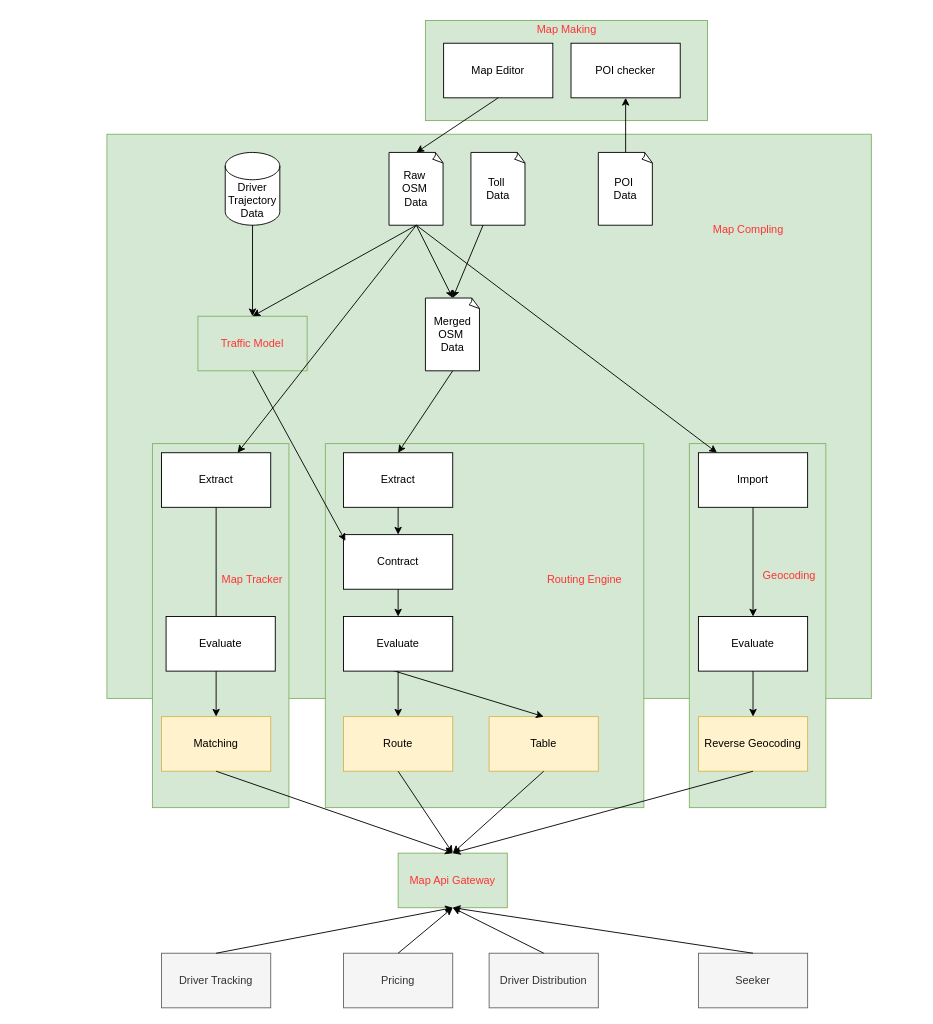
This is page "map" (6 of 6) of sim-art.drawio from tallongsun/drawio, a draw.io file, before an edit. Source tidied: cells renumbered, new cells numbered last; positions are measured from the earlier drawing's top-left corner, leaving out a move shared by most shapes. Both pictures are drawn from the tidied source at 91%, with x=0, y=0 at pixel (106, 15).
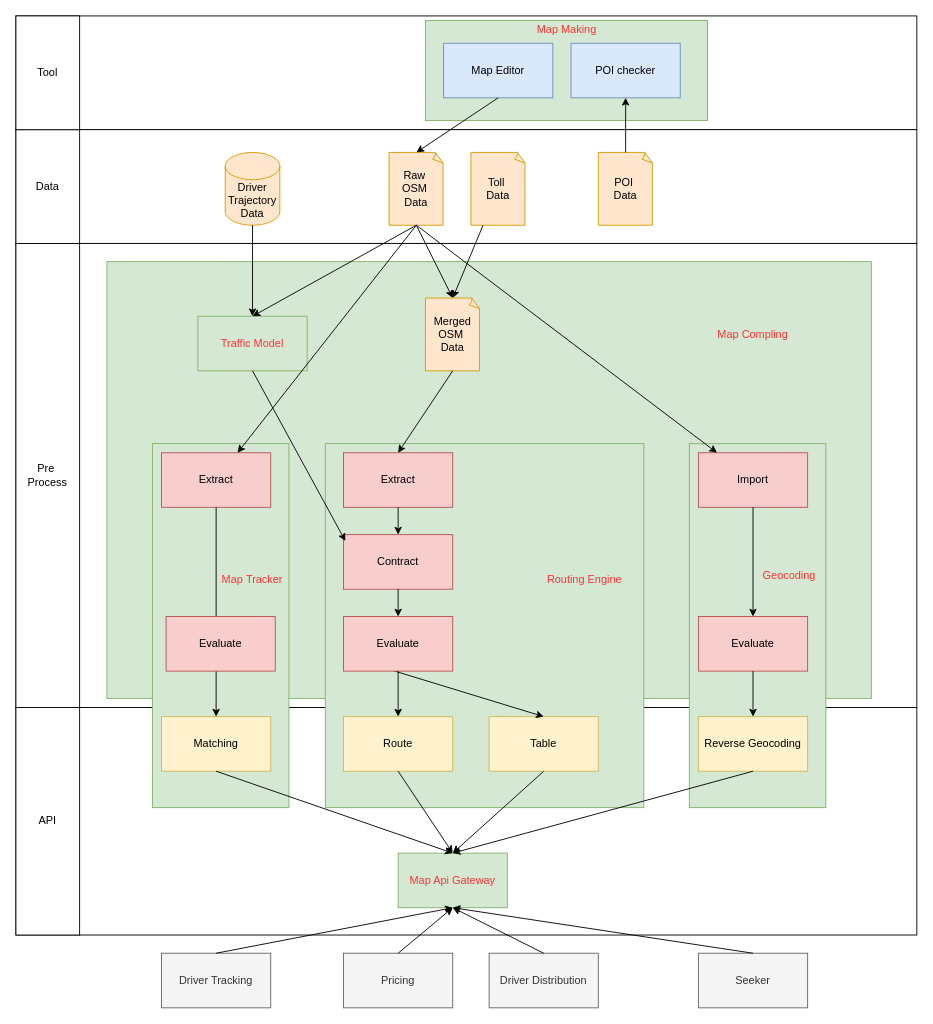
The same diagram, later.

What changed in the source:
```diff
@@
+    <mxCell id="61" style="rounded=0;whiteSpace=wrap;html=1;" parent="1" vertex="1">
+      <mxGeometry x="-100" width="990" height="125" as="geometry" />
+    </mxCell>
+    <mxCell id="62" style="rounded=0;whiteSpace=wrap;html=1;" parent="1" vertex="1">
+      <mxGeometry x="-100" y="125" width="990" height="125" as="geometry" />
+    </mxCell>
+    <mxCell id="63" style="rounded=0;whiteSpace=wrap;html=1;" parent="1" vertex="1">
+      <mxGeometry x="-100" y="250" width="990" height="510" as="geometry" />
+    </mxCell>
+    <mxCell id="64" style="rounded=0;whiteSpace=wrap;html=1;" parent="1" vertex="1">
+      <mxGeometry x="-100" y="760" width="990" height="250" as="geometry" />
+    </mxCell>
@@
     <mxCell id="3" style="rounded=0;whiteSpace=wrap;html=1;fillColor=#d5e8d4;strokeColor=#82b366;" parent="1" vertex="1">
-      <mxGeometry y="130" width="840" height="620" as="geometry" />
+      <mxGeometry y="270" width="840" height="480" as="geometry" />
     </mxCell>
@@
-    <mxCell id="7" value="Driver Trajectory Data" style="shape=cylinder3;whiteSpace=wrap;html=1;boundedLbl=1;backgroundOutline=1;size=15;" parent="1" vertex="1">
+    <mxCell id="7" value="Driver Trajectory Data" style="shape=cylinder3;whiteSpace=wrap;html=1;boundedLbl=1;backgroundOutline=1;size=15;fillColor=#ffe6cc;strokeColor=#d79b00;" parent="1" vertex="1">
       <mxGeometry x="130" y="150" width="60" height="80" as="geometry" />
     </mxCell>
-    <mxCell id="8" value="Toll&amp;nbsp;&lt;div&gt;Data&lt;/div&gt;" style="whiteSpace=wrap;html=1;shape=mxgraph.basic.document;" parent="1" vertex="1">
+    <mxCell id="8" value="Toll&amp;nbsp;&lt;div&gt;Data&lt;/div&gt;" style="whiteSpace=wrap;html=1;shape=mxgraph.basic.document;fillColor=#ffe6cc;strokeColor=#d79b00;" parent="1" vertex="1">
       <mxGeometry x="400" y="150" width="60" height="80" as="geometry" />
     </mxCell>
-    <mxCell id="9" value="Raw&amp;nbsp;&lt;div&gt;OSM&amp;nbsp;&lt;/div&gt;&lt;div&gt;Data&lt;/div&gt;" style="whiteSpace=wrap;html=1;shape=mxgraph.basic.document;" parent="1" vertex="1">
+    <mxCell id="9" value="Raw&amp;nbsp;&lt;div&gt;OSM&amp;nbsp;&lt;/div&gt;&lt;div&gt;Data&lt;/div&gt;" style="whiteSpace=wrap;html=1;shape=mxgraph.basic.document;fillColor=#ffe6cc;strokeColor=#d79b00;" parent="1" vertex="1">
       <mxGeometry x="310" y="150" width="60" height="80" as="geometry" />
     </mxCell>
@@
-    <mxCell id="11" value="Merged OSM&amp;nbsp;&lt;div&gt;Data&lt;/div&gt;" style="whiteSpace=wrap;html=1;shape=mxgraph.basic.document;" parent="1" vertex="1">
+    <mxCell id="11" value="Merged OSM&amp;nbsp;&lt;div&gt;Data&lt;/div&gt;" style="whiteSpace=wrap;html=1;shape=mxgraph.basic.document;fillColor=#ffe6cc;strokeColor=#d79b00;" parent="1" vertex="1">
       <mxGeometry x="350" y="310" width="60" height="80" as="geometry" />
     </mxCell>
@@
-    <mxCell id="15" value="Extract" style="rounded=0;whiteSpace=wrap;html=1;" parent="1" vertex="1">
+    <mxCell id="15" value="Extract" style="rounded=0;whiteSpace=wrap;html=1;fillColor=#f8cecc;strokeColor=#b85450;" parent="1" vertex="1">
       <mxGeometry x="260" y="480" width="120" height="60" as="geometry" />
     </mxCell>
-    <mxCell id="16" value="Contract" style="rounded=0;whiteSpace=wrap;html=1;" parent="1" vertex="1">
+    <mxCell id="16" value="Contract" style="rounded=0;whiteSpace=wrap;html=1;fillColor=#f8cecc;strokeColor=#b85450;" parent="1" vertex="1">
       <mxGeometry x="260" y="570" width="120" height="60" as="geometry" />
     </mxCell>
@@
-    <mxCell id="20" value="Evaluate" style="rounded=0;whiteSpace=wrap;html=1;" parent="1" vertex="1">
+    <mxCell id="20" value="Evaluate" style="rounded=0;whiteSpace=wrap;html=1;fillColor=#f8cecc;strokeColor=#b85450;" parent="1" vertex="1">
       <mxGeometry x="650" y="660" width="120" height="60" as="geometry" />
     </mxCell>
@@
-    <mxCell id="23" value="Extract" style="rounded=0;whiteSpace=wrap;html=1;" parent="1" vertex="1">
+    <mxCell id="23" value="Extract" style="rounded=0;whiteSpace=wrap;html=1;fillColor=#f8cecc;strokeColor=#b85450;" parent="1" vertex="1">
       <mxGeometry x="60" y="480" width="120" height="60" as="geometry" />
     </mxCell>
-    <mxCell id="24" value="Import" style="rounded=0;whiteSpace=wrap;html=1;" parent="1" vertex="1">
+    <mxCell id="24" value="Import" style="rounded=0;whiteSpace=wrap;html=1;fillColor=#f8cecc;strokeColor=#b85450;" parent="1" vertex="1">
       <mxGeometry x="650" y="480" width="120" height="60" as="geometry" />
     </mxCell>
@@
-    <mxCell id="47" value="Evaluate" style="rounded=0;whiteSpace=wrap;html=1;" parent="1" vertex="1">
+    <mxCell id="47" value="Evaluate" style="rounded=0;whiteSpace=wrap;html=1;fillColor=#f8cecc;strokeColor=#b85450;" parent="1" vertex="1">
       <mxGeometry x="260" y="660" width="120" height="60" as="geometry" />
     </mxCell>
-    <mxCell id="48" value="Evaluate" style="rounded=0;whiteSpace=wrap;html=1;" parent="1" vertex="1">
+    <mxCell id="48" value="Evaluate" style="rounded=0;whiteSpace=wrap;html=1;fillColor=#f8cecc;strokeColor=#b85450;" parent="1" vertex="1">
       <mxGeometry x="65" y="660" width="120" height="60" as="geometry" />
     </mxCell>
@@
     <mxCell id="50" value="Map Compling" style="text;html=1;align=center;verticalAlign=middle;whiteSpace=wrap;rounded=0;fontColor=#FF3333;" parent="1" vertex="1">
-      <mxGeometry x="650" y="220" width="110" height="30" as="geometry" />
+      <mxGeometry x="655" y="335" width="110" height="30" as="geometry" />
     </mxCell>
-    <mxCell id="51" value="POI&amp;nbsp;&lt;div&gt;Data&lt;/div&gt;" style="whiteSpace=wrap;html=1;shape=mxgraph.basic.document;" parent="1" vertex="1">
+    <mxCell id="51" value="POI&amp;nbsp;&lt;div&gt;Data&lt;/div&gt;" style="whiteSpace=wrap;html=1;shape=mxgraph.basic.document;fillColor=#ffe6cc;strokeColor=#d79b00;" parent="1" vertex="1">
       <mxGeometry x="540" y="150" width="60" height="80" as="geometry" />
     </mxCell>
-    <mxCell id="52" value="POI checker" style="rounded=0;whiteSpace=wrap;html=1;" parent="1" vertex="1">
+    <mxCell id="52" value="POI checker" style="rounded=0;whiteSpace=wrap;html=1;fillColor=#dae8fc;strokeColor=#6c8ebf;" parent="1" vertex="1">
       <mxGeometry x="510" y="30" width="120" height="60" as="geometry" />
     </mxCell>
-    <mxCell id="53" value="Map Editor" style="rounded=0;whiteSpace=wrap;html=1;" parent="1" vertex="1">
+    <mxCell id="53" value="Map Editor" style="rounded=0;whiteSpace=wrap;html=1;fillColor=#dae8fc;strokeColor=#6c8ebf;" parent="1" vertex="1">
       <mxGeometry x="370" y="30" width="120" height="60" as="geometry" />
     </mxCell>
@@
+    <mxCell id="65" value="API" style="rounded=0;whiteSpace=wrap;html=1;" parent="1" vertex="1">
+      <mxGeometry x="-100" y="760" width="70" height="250" as="geometry" />
+    </mxCell>
+    <mxCell id="66" value="Pre&amp;nbsp;&lt;div&gt;Process&lt;/div&gt;" style="rounded=0;whiteSpace=wrap;html=1;" parent="1" vertex="1">
+      <mxGeometry x="-100" y="250" width="70" height="510" as="geometry" />
+    </mxCell>
+    <mxCell id="67" value="Data" style="rounded=0;whiteSpace=wrap;html=1;" parent="1" vertex="1">
+      <mxGeometry x="-100" y="125" width="70" height="125" as="geometry" />
+    </mxCell>
+    <mxCell id="68" value="Tool" style="rounded=0;whiteSpace=wrap;html=1;" parent="1" vertex="1">
+      <mxGeometry x="-100" width="70" height="125" as="geometry" />
+    </mxCell>
```
